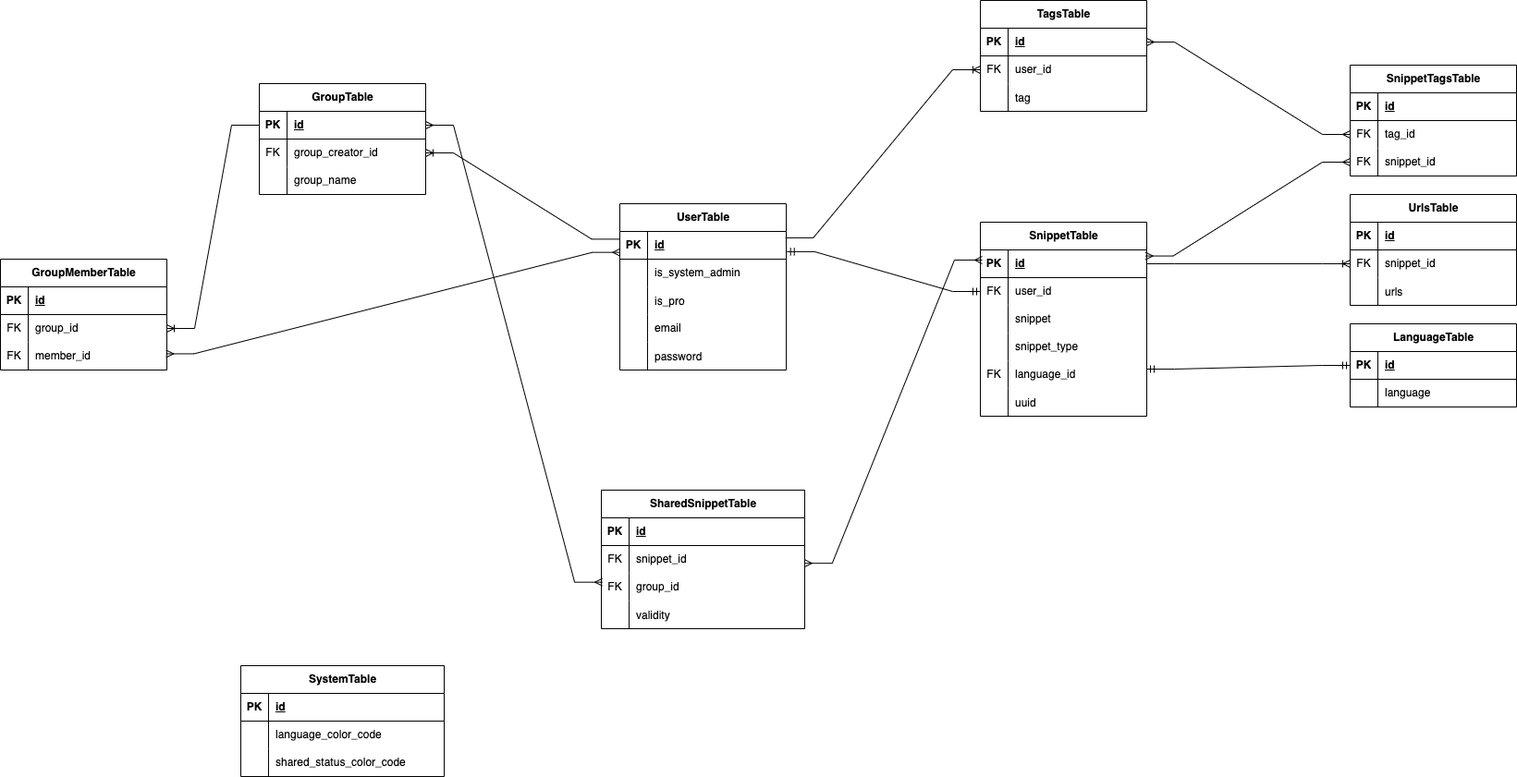
Above: docs/codjvu_db.drawio.png in weekendsquad/codjvu (draw.io), before the change. Source tidied: cells renumbered, new cells last; positions are measured from the earlier drawing's top-left corner, leaving out a move shared by most shapes.
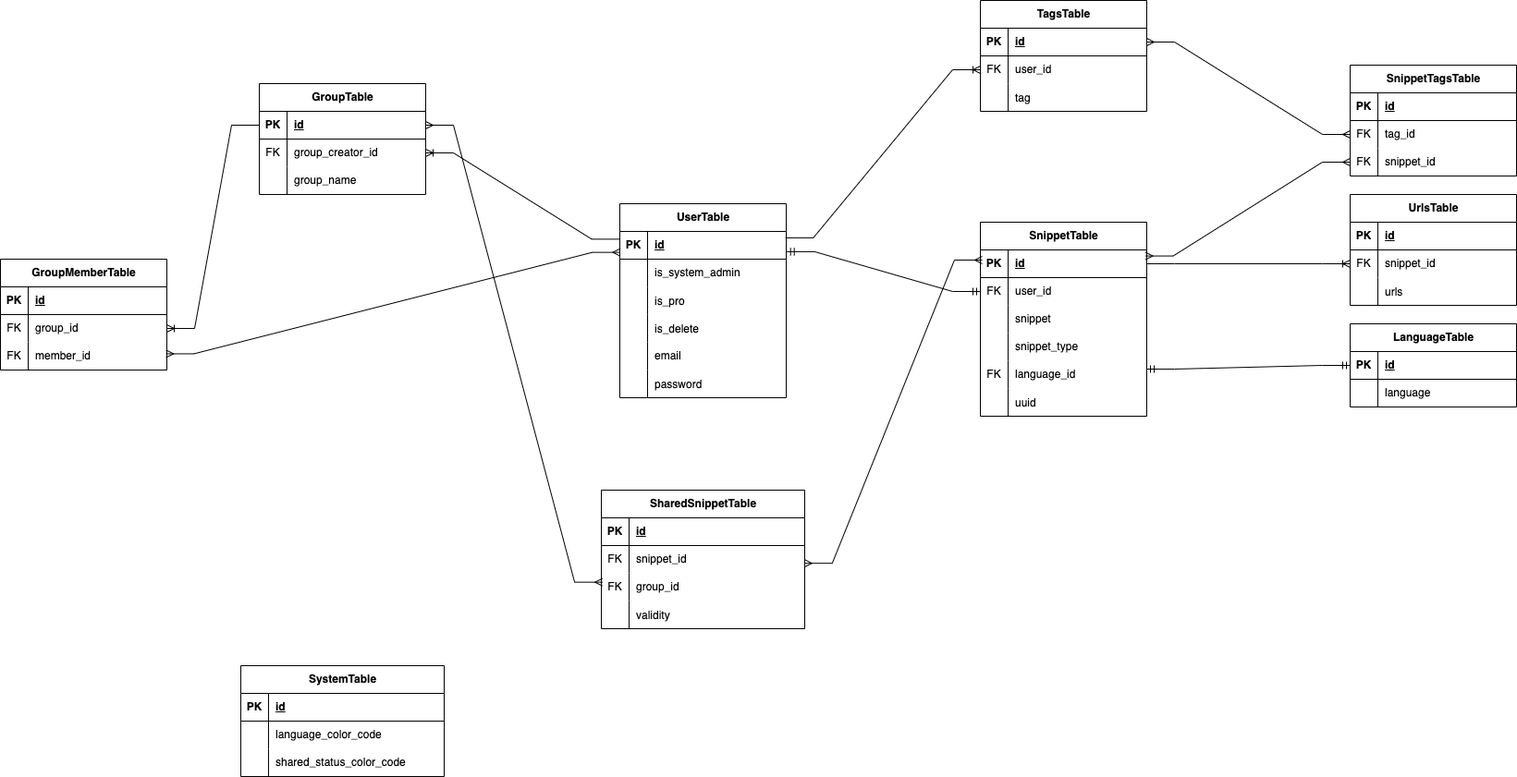
After the commit.

Commit message:
update db design export png

What changed in the source:
```diff
@@ -171,7 +171,7 @@
       <mxGeometry x="30" width="150" height="30" as="geometry" />
     </mxCell>
     <mxCell id="58" value="UserTable" style="shape=table;startSize=30;rowLines=0;fontStyle=1;align=center;html=1;" parent="1" vertex="1">
-      <mxGeometry x="670" y="220" width="180" height="180" as="geometry" />
+      <mxGeometry x="670" y="220" width="180" height="210" as="geometry" />
     </mxCell>
     <mxCell id="59" style="shape=tableRow;horizontal=0;startSize=0;swimlaneHead=0;swimlaneBody=0;fillColor=none;points=[[0,0.5],[1,0.5]];portConstraint=eastwest;top=0;left=0;right=0;bottom=1;" parent="58" vertex="1">
       <mxGeometry y="30" width="180" height="30" as="geometry" />
@@ -200,8 +200,17 @@
     <mxCell id="67" value="is_pro" style="shape=partialRectangle;fillColor=none;top=0;left=0;bottom=0;right=0;align=left;spacingLeft=6;overflow=hidden;" parent="65" vertex="1">
       <mxGeometry x="30" width="150" height="30" as="geometry" />
     </mxCell>
+    <mxCell id="128" style="shape=tableRow;horizontal=0;startSize=0;swimlaneHead=0;swimlaneBody=0;fillColor=none;top=0;left=0;right=0;bottom=0;" parent="58" vertex="1">
+      <mxGeometry y="120" width="180" height="30" as="geometry" />
+    </mxCell>
+    <mxCell id="129" style="shape=partialRectangle;fillColor=none;top=0;left=0;bottom=0;right=0;overflow=hidden;" parent="128" vertex="1">
+      <mxGeometry width="30" height="30" as="geometry" />
+    </mxCell>
+    <mxCell id="130" value="is_delete" style="shape=partialRectangle;fillColor=none;top=0;left=0;bottom=0;right=0;align=left;spacingLeft=6;overflow=hidden;" parent="128" vertex="1">
+      <mxGeometry x="30" width="150" height="30" as="geometry" />
+    </mxCell>
     <mxCell id="68" style="shape=tableRow;horizontal=0;startSize=0;swimlaneHead=0;swimlaneBody=0;fillColor=none;top=0;left=0;right=0;bottom=0;" parent="58" vertex="1">
-      <mxGeometry y="120" width="180" height="30" as="geometry" />
+      <mxGeometry y="150" width="180" height="30" as="geometry" />
     </mxCell>
     <mxCell id="69" style="shape=partialRectangle;fillColor=none;top=0;left=0;bottom=0;right=0;overflow=hidden;whiteSpace=wrap;html=1;" parent="68" vertex="1">
       <mxGeometry width="30" height="30" as="geometry" />
@@ -210,7 +219,7 @@
       <mxGeometry x="30" width="150" height="30" as="geometry" />
     </mxCell>
     <mxCell id="71" style="shape=tableRow;horizontal=0;startSize=0;swimlaneHead=0;swimlaneBody=0;fillColor=none;top=0;left=0;right=0;bottom=0;" parent="58" vertex="1">
-      <mxGeometry y="150" width="180" height="30" as="geometry" />
+      <mxGeometry y="180" width="180" height="30" as="geometry" />
     </mxCell>
     <mxCell id="72" style="shape=partialRectangle;fillColor=none;top=0;left=0;bottom=0;right=0;overflow=hidden;" parent="71" vertex="1">
       <mxGeometry width="30" height="30" as="geometry" />
```
